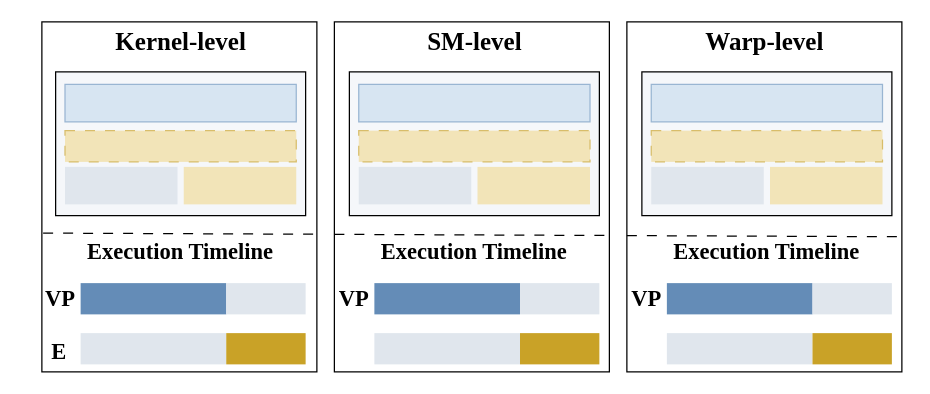
Above: mot_timeline.drawio in icszhr/CHORD (draw.io), before the change. Source tidied: cells renumbered, new cells numbered last; positions are measured from the earlier drawing's top-left corner, leaving out a move shared by most shapes. Both pictures are drawn from the tidied source at 125%, with x=0, y=0 at pixel (21, 21).
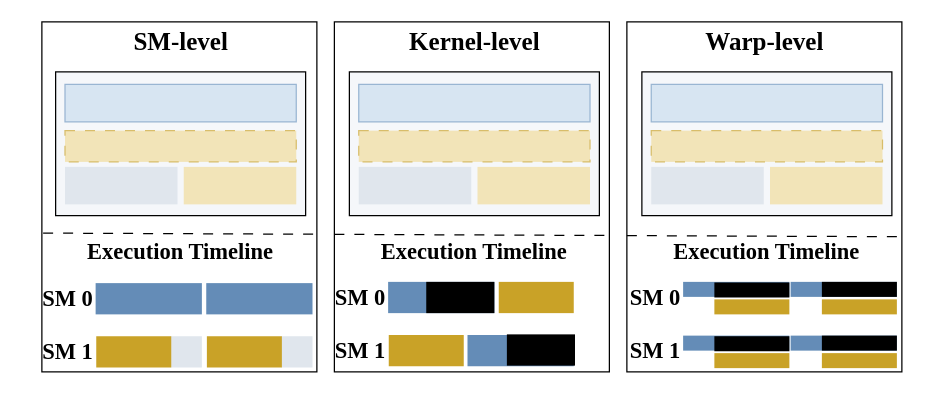
Above is the later version.

The edit, as a diff of the source:
```diff
@@
-    <mxCell id="5" value="Kernel-level" style="text;html=1;whiteSpace=wrap;strokeColor=none;fillColor=none;align=center;verticalAlign=middle;rounded=0;fontFamily=Times New Roman;fontSize=20;fontStyle=1;" parent="1" vertex="1">
+    <mxCell id="5" value="SM-level" style="text;html=1;whiteSpace=wrap;strokeColor=none;fillColor=none;align=center;verticalAlign=middle;rounded=0;fontFamily=Times New Roman;fontSize=20;fontStyle=1;" parent="1" vertex="1">
       <mxGeometry x="68.8" width="116.5" height="30" as="geometry" />
     </mxCell>
@@
     <mxCell id="12" style="rounded=0;whiteSpace=wrap;html=1;fillColor=light-dark(#648cb7, #ededed);strokeColor=none;" parent="1" vertex="1">
-      <mxGeometry x="47" y="209" width="116.5" height="25" as="geometry" />
+      <mxGeometry x="59" y="209" width="85" height="25" as="geometry" />
     </mxCell>
-    <mxCell id="13" style="rounded=0;whiteSpace=wrap;html=1;fillColor=light-dark(#e0e6ed, #ededed);strokeColor=none;" parent="1" vertex="1">
-      <mxGeometry x="163.5" y="209" width="63.5" height="25" as="geometry" />
+    <mxCell id="13" style="rounded=0;whiteSpace=wrap;html=1;fillColor=light-dark(#648cb7, #ededed);strokeColor=none;" parent="1" vertex="1">
+      <mxGeometry x="147.5" y="209" width="85" height="25" as="geometry" />
     </mxCell>
-    <mxCell id="14" value="&lt;font face=&quot;Times New Roman&quot;&gt;VP&lt;/font&gt;" style="text;html=1;whiteSpace=wrap;strokeColor=none;fillColor=none;align=center;verticalAlign=middle;rounded=0;fontStyle=1;fontSize=18;" parent="1" vertex="1">
-      <mxGeometry x="1" y="207" width="60" height="30" as="geometry" />
+    <mxCell id="14" value="&lt;font face=&quot;Times New Roman&quot;&gt;SM 0&lt;/font&gt;" style="text;html=1;whiteSpace=wrap;strokeColor=none;fillColor=none;align=center;verticalAlign=middle;rounded=0;fontStyle=1;fontSize=18;" parent="1" vertex="1">
+      <mxGeometry x="7" y="207" width="60" height="30" as="geometry" />
     </mxCell>
-    <mxCell id="15" value="&lt;font face=&quot;Times New Roman&quot;&gt;E&lt;/font&gt;" style="text;html=1;whiteSpace=wrap;strokeColor=none;fillColor=none;align=center;verticalAlign=middle;rounded=0;fontStyle=1;fontSize=18;" parent="1" vertex="1">
-      <mxGeometry x="-0.5" y="249" width="60" height="30" as="geometry" />
+    <mxCell id="15" value="&lt;font face=&quot;Times New Roman&quot;&gt;SM 1&lt;/font&gt;" style="text;html=1;whiteSpace=wrap;strokeColor=none;fillColor=none;align=center;verticalAlign=middle;rounded=0;fontStyle=1;fontSize=18;" parent="1" vertex="1">
+      <mxGeometry x="7" y="249" width="60" height="30" as="geometry" />
     </mxCell>
     <mxCell id="16" style="rounded=0;whiteSpace=wrap;html=1;fillColor=light-dark(#e0e6ed, #ededed);strokeColor=none;" parent="1" vertex="1">
-      <mxGeometry x="47" y="249" width="116.5" height="25" as="geometry" />
+      <mxGeometry x="119" y="251.5" width="25" height="25" as="geometry" />
     </mxCell>
     <mxCell id="17" style="rounded=0;whiteSpace=wrap;html=1;fillColor=light-dark(#c9a227, #ededed);strokeColor=none;" parent="1" vertex="1">
-      <mxGeometry x="163.5" y="249" width="63.5" height="25" as="geometry" />
+      <mxGeometry x="59.5" y="251.5" width="60" height="25" as="geometry" />
     </mxCell>
@@
-    <mxCell id="19" value="SM-level" style="text;html=1;whiteSpace=wrap;strokeColor=none;fillColor=none;align=center;verticalAlign=middle;rounded=0;fontFamily=Times New Roman;fontSize=20;fontStyle=1;" parent="1" vertex="1">
+    <mxCell id="19" value="Kernel-level" style="text;html=1;whiteSpace=wrap;strokeColor=none;fillColor=none;align=center;verticalAlign=middle;rounded=0;fontFamily=Times New Roman;fontSize=20;fontStyle=1;" parent="1" vertex="1">
       <mxGeometry x="303.8" width="116.5" height="30" as="geometry" />
     </mxCell>
@@
-    <mxCell id="26" style="rounded=0;whiteSpace=wrap;html=1;fillColor=light-dark(#648cb7, #ededed);strokeColor=none;" parent="1" vertex="1">
-      <mxGeometry x="282" y="209" width="116.5" height="25" as="geometry" />
-    </mxCell>
-    <mxCell id="27" style="rounded=0;whiteSpace=wrap;html=1;fillColor=light-dark(#e0e6ed, #ededed);strokeColor=none;" parent="1" vertex="1">
-      <mxGeometry x="398.5" y="209" width="63.5" height="25" as="geometry" />
-    </mxCell>
-    <mxCell id="28" value="&lt;font face=&quot;Times New Roman&quot;&gt;VP&lt;/font&gt;" style="text;html=1;whiteSpace=wrap;strokeColor=none;fillColor=none;align=center;verticalAlign=middle;rounded=0;fontStyle=1;fontSize=18;" parent="1" vertex="1">
-      <mxGeometry x="236" y="207" width="60" height="30" as="geometry" />
-    </mxCell>
-    <mxCell id="29" style="rounded=0;whiteSpace=wrap;html=1;fillColor=light-dark(#e0e6ed, #ededed);strokeColor=none;" parent="1" vertex="1">
-      <mxGeometry x="282" y="249" width="116.5" height="25" as="geometry" />
-    </mxCell>
-    <mxCell id="30" style="rounded=0;whiteSpace=wrap;html=1;fillColor=light-dark(#c9a227, #ededed);strokeColor=none;" parent="1" vertex="1">
-      <mxGeometry x="398.5" y="249" width="63.5" height="25" as="geometry" />
-    </mxCell>
@@
-    <mxCell id="38" style="rounded=0;whiteSpace=wrap;html=1;fillColor=light-dark(#648cb7, #ededed);strokeColor=none;" parent="1" vertex="1">
-      <mxGeometry x="516" y="209" width="116.5" height="25" as="geometry" />
-    </mxCell>
-    <mxCell id="39" style="rounded=0;whiteSpace=wrap;html=1;fillColor=light-dark(#e0e6ed, #ededed);strokeColor=none;" parent="1" vertex="1">
-      <mxGeometry x="632.5" y="209" width="63.5" height="25" as="geometry" />
-    </mxCell>
-    <mxCell id="40" value="&lt;font face=&quot;Times New Roman&quot;&gt;VP&lt;/font&gt;" style="text;html=1;whiteSpace=wrap;strokeColor=none;fillColor=none;align=center;verticalAlign=middle;rounded=0;fontStyle=1;fontSize=18;" parent="1" vertex="1">
-      <mxGeometry x="470" y="207" width="60" height="30" as="geometry" />
-    </mxCell>
-    <mxCell id="41" style="rounded=0;whiteSpace=wrap;html=1;fillColor=light-dark(#e0e6ed, #ededed);strokeColor=none;" parent="1" vertex="1">
-      <mxGeometry x="516" y="249" width="116.5" height="25" as="geometry" />
-    </mxCell>
-    <mxCell id="42" style="rounded=0;whiteSpace=wrap;html=1;fillColor=light-dark(#c9a227, #ededed);strokeColor=none;" parent="1" vertex="1">
-      <mxGeometry x="632.5" y="249" width="63.5" height="25" as="geometry" />
-    </mxCell>
@@
+    <mxCell id="45" style="rounded=0;whiteSpace=wrap;html=1;fillColor=light-dark(#e0e6ed, #ededed);strokeColor=none;" parent="1" vertex="1">
+      <mxGeometry x="207.5" y="251.5" width="25" height="25" as="geometry" />
+    </mxCell>
+    <mxCell id="46" style="rounded=0;whiteSpace=wrap;html=1;fillColor=light-dark(#c9a227, #ededed);strokeColor=none;" parent="1" vertex="1">
+      <mxGeometry x="148" y="251.5" width="60" height="25" as="geometry" />
+    </mxCell>
+    <mxCell id="47" style="rounded=0;whiteSpace=wrap;html=1;fillColor=light-dark(#648cb7, #ededed);strokeColor=none;" parent="1" vertex="1">
+      <mxGeometry x="293" y="208" width="85" height="25" as="geometry" />
+    </mxCell>
+    <mxCell id="48" style="rounded=0;whiteSpace=wrap;html=1;fillColor=light-dark(#648cb7, #ededed);strokeColor=none;" parent="1" vertex="1">
+      <mxGeometry x="356.5" y="250.5" width="85" height="25" as="geometry" />
+    </mxCell>
+    <mxCell id="49" value="&lt;font face=&quot;Times New Roman&quot;&gt;SM 0&lt;/font&gt;" style="text;html=1;whiteSpace=wrap;strokeColor=none;fillColor=none;align=center;verticalAlign=middle;rounded=0;fontStyle=1;fontSize=18;" parent="1" vertex="1">
+      <mxGeometry x="241" y="206" width="60" height="30" as="geometry" />
+    </mxCell>
+    <mxCell id="50" value="&lt;font face=&quot;Times New Roman&quot;&gt;SM 1&lt;/font&gt;" style="text;html=1;whiteSpace=wrap;strokeColor=none;fillColor=none;align=center;verticalAlign=middle;rounded=0;fontStyle=1;fontSize=18;" parent="1" vertex="1">
+      <mxGeometry x="241" y="248" width="60" height="30" as="geometry" />
+    </mxCell>
+    <mxCell id="51" style="rounded=0;whiteSpace=wrap;html=1;fillColor=light-dark(#c9a227, #ededed);strokeColor=none;" parent="1" vertex="1">
+      <mxGeometry x="293.5" y="250.5" width="60" height="25" as="geometry" />
+    </mxCell>
+    <mxCell id="52" style="rounded=0;whiteSpace=wrap;html=1;fillColor=light-dark(#c9a227, #ededed);strokeColor=none;" parent="1" vertex="1">
+      <mxGeometry x="381.5" y="208" width="60" height="25" as="geometry" />
+    </mxCell>
+    <mxCell id="53" style="rounded=0;whiteSpace=wrap;html=1;strokeColor=none;fillColor=light-dark(#eff3f6, #ededed);fillStyle=hatch;" parent="1" vertex="1">
+      <mxGeometry x="323.5" y="208" width="54.5" height="25" as="geometry" />
+    </mxCell>
+    <mxCell id="54" style="rounded=0;whiteSpace=wrap;html=1;fillColor=light-dark(#648cb7, #ededed);strokeColor=none;" parent="1" vertex="1">
+      <mxGeometry x="529" y="208" width="85" height="12" as="geometry" />
+    </mxCell>
+    <mxCell id="55" value="&lt;font face=&quot;Times New Roman&quot;&gt;SM 0&lt;/font&gt;" style="text;html=1;whiteSpace=wrap;strokeColor=none;fillColor=none;align=center;verticalAlign=middle;rounded=0;fontStyle=1;fontSize=18;" parent="1" vertex="1">
+      <mxGeometry x="477" y="206" width="60" height="30" as="geometry" />
+    </mxCell>
+    <mxCell id="56" value="&lt;font face=&quot;Times New Roman&quot;&gt;SM 1&lt;/font&gt;" style="text;html=1;whiteSpace=wrap;strokeColor=none;fillColor=none;align=center;verticalAlign=middle;rounded=0;fontStyle=1;fontSize=18;" parent="1" vertex="1">
+      <mxGeometry x="477" y="248" width="60" height="30" as="geometry" />
+    </mxCell>
+    <mxCell id="57" style="rounded=0;whiteSpace=wrap;html=1;fillColor=light-dark(#c9a227, #ededed);strokeColor=none;" parent="1" vertex="1">
+      <mxGeometry x="554" y="222" width="60" height="12" as="geometry" />
+    </mxCell>
+    <mxCell id="58" style="rounded=0;whiteSpace=wrap;html=1;strokeColor=none;fillColor=light-dark(#eff3f6, #ededed);fillStyle=hatch;" parent="1" vertex="1">
+      <mxGeometry x="554" y="208.5" width="60" height="12" as="geometry" />
+    </mxCell>
+    <mxCell id="59" style="rounded=0;whiteSpace=wrap;html=1;fillColor=light-dark(#648cb7, #ededed);strokeColor=none;" parent="1" vertex="1">
+      <mxGeometry x="615" y="208" width="85" height="12" as="geometry" />
+    </mxCell>
+    <mxCell id="60" style="rounded=0;whiteSpace=wrap;html=1;fillColor=light-dark(#c9a227, #ededed);strokeColor=none;" parent="1" vertex="1">
+      <mxGeometry x="640" y="222" width="60" height="12" as="geometry" />
+    </mxCell>
+    <mxCell id="61" style="rounded=0;whiteSpace=wrap;html=1;strokeColor=none;fillColor=light-dark(#eff3f6, #ededed);fillStyle=hatch;" parent="1" vertex="1">
+      <mxGeometry x="640" y="208" width="60" height="12" as="geometry" />
+    </mxCell>
+    <mxCell id="62" style="rounded=0;whiteSpace=wrap;html=1;fillColor=light-dark(#648cb7, #ededed);strokeColor=none;" parent="1" vertex="1">
+      <mxGeometry x="529" y="251" width="85" height="12" as="geometry" />
+    </mxCell>
+    <mxCell id="63" style="rounded=0;whiteSpace=wrap;html=1;fillColor=light-dark(#c9a227, #ededed);strokeColor=none;" parent="1" vertex="1">
+      <mxGeometry x="554" y="265" width="60" height="12" as="geometry" />
+    </mxCell>
+    <mxCell id="64" style="rounded=0;whiteSpace=wrap;html=1;strokeColor=none;fillColor=light-dark(#eff3f6, #ededed);fillStyle=hatch;" parent="1" vertex="1">
+      <mxGeometry x="554" y="251.5" width="60" height="12" as="geometry" />
+    </mxCell>
+    <mxCell id="65" style="rounded=0;whiteSpace=wrap;html=1;fillColor=light-dark(#648cb7, #ededed);strokeColor=none;" parent="1" vertex="1">
+      <mxGeometry x="615" y="251" width="85" height="12" as="geometry" />
+    </mxCell>
+    <mxCell id="66" style="rounded=0;whiteSpace=wrap;html=1;fillColor=light-dark(#c9a227, #ededed);strokeColor=none;" parent="1" vertex="1">
+      <mxGeometry x="640" y="265" width="60" height="12" as="geometry" />
+    </mxCell>
+    <mxCell id="67" style="rounded=0;whiteSpace=wrap;html=1;strokeColor=none;fillColor=light-dark(#eff3f6, #ededed);fillStyle=hatch;" parent="1" vertex="1">
+      <mxGeometry x="640" y="251" width="60" height="12" as="geometry" />
+    </mxCell>
+    <mxCell id="68" style="rounded=0;whiteSpace=wrap;html=1;strokeColor=none;fillColor=light-dark(#eff3f6, #ededed);fillStyle=hatch;" parent="1" vertex="1">
+      <mxGeometry x="388" y="250" width="54.5" height="25" as="geometry" />
+    </mxCell>
```
